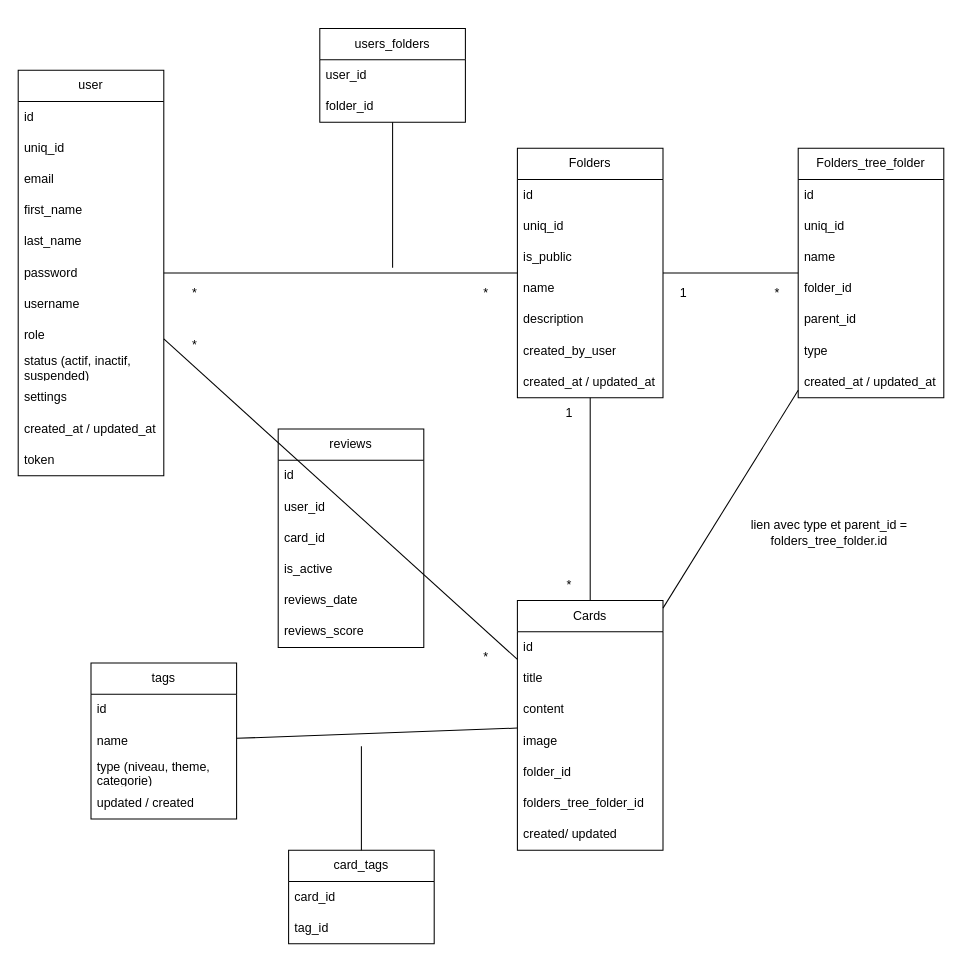
Above: ModeleConception.drawio in ElianThe/FastLearning (draw.io), before the change. Source tidied: cells renumbered, new cells numbered last; positions are measured from the earlier drawing's top-left corner, leaving out a move shared by most shapes. Both pictures are drawn from the tidied source at 104%, with x=0, y=0 at pixel (18, 28).
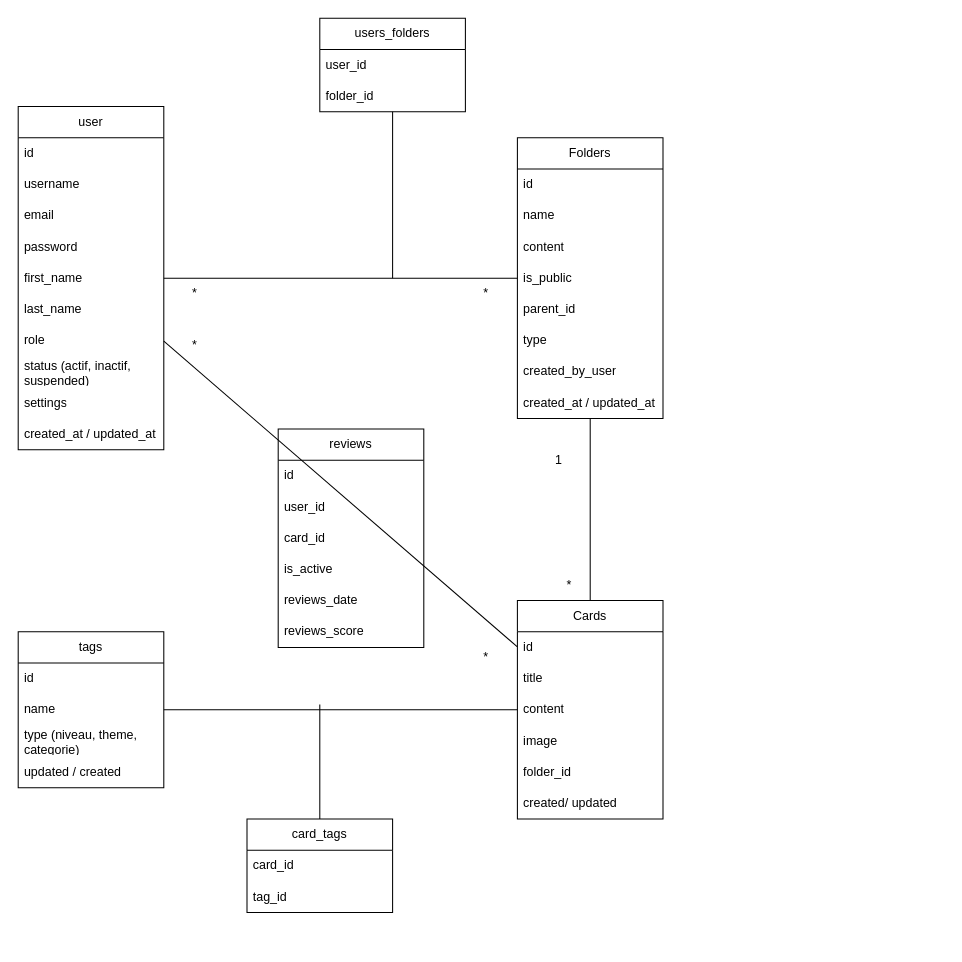
The same page after the edit.

Commit message:
Mettre à jour ModeleConception.drawio

Change to the diagram source:
```diff
@@
     <mxCell id="2" value="Cards" style="swimlane;fontStyle=0;horizontal=1;startSize=30;whiteSpace=wrap;html=1;" parent="1" vertex="1">
-      <mxGeometry x="480" y="550" width="140" height="240" as="geometry" />
+      <mxGeometry x="480" y="550" width="140" height="210" as="geometry" />
     </mxCell>
@@
-    <mxCell id="8" value="folders_tree_folder_id" style="text;strokeColor=none;fillColor=none;align=left;verticalAlign=middle;spacingLeft=4;spacingRight=4;overflow=hidden;whiteSpace=wrap;html=1;" parent="2" vertex="1">
-      <mxGeometry y="180" width="140" height="30" as="geometry" />
-    </mxCell>
     <mxCell id="9" value="created/ updated" style="text;strokeColor=none;fillColor=none;align=left;verticalAlign=middle;spacingLeft=4;spacingRight=4;overflow=hidden;whiteSpace=wrap;html=1;" parent="2" vertex="1">
-      <mxGeometry y="210" width="140" height="30" as="geometry" />
+      <mxGeometry y="180" width="140" height="30" as="geometry" />
     </mxCell>
     <mxCell id="10" value="Folders" style="swimlane;fontStyle=0;horizontal=1;startSize=30;whiteSpace=wrap;html=1;" parent="1" vertex="1">
-      <mxGeometry x="480" y="115" width="140" height="240" as="geometry" />
+      <mxGeometry x="480" y="105" width="140" height="270" as="geometry" />
     </mxCell>
@@
+    <mxCell id="14" value="name" style="text;strokeColor=none;fillColor=none;align=left;verticalAlign=middle;spacingLeft=4;spacingRight=4;overflow=hidden;whiteSpace=wrap;html=1;" parent="10" vertex="1">
+      <mxGeometry y="60" width="140" height="30" as="geometry" />
+    </mxCell>
-    <mxCell id="12" value="uniq_id" style="text;strokeColor=none;fillColor=none;align=left;verticalAlign=middle;spacingLeft=4;spacingRight=4;overflow=hidden;whiteSpace=wrap;html=1;" parent="10" vertex="1">
-      <mxGeometry y="60" width="140" height="30" as="geometry" />
+    <mxCell id="12" value="content" style="text;strokeColor=none;fillColor=none;align=left;verticalAlign=middle;spacingLeft=4;spacingRight=4;overflow=hidden;whiteSpace=wrap;html=1;" parent="10" vertex="1">
+      <mxGeometry y="90" width="140" height="30" as="geometry" />
     </mxCell>
     <mxCell id="13" value="is_public" style="text;strokeColor=none;fillColor=none;align=left;verticalAlign=middle;spacingLeft=4;spacingRight=4;overflow=hidden;whiteSpace=wrap;html=1;" parent="10" vertex="1">
-      <mxGeometry y="90" width="140" height="30" as="geometry" />
+      <mxGeometry y="120" width="140" height="30" as="geometry" />
     </mxCell>
-    <mxCell id="14" value="name" style="text;strokeColor=none;fillColor=none;align=left;verticalAlign=middle;spacingLeft=4;spacingRight=4;overflow=hidden;whiteSpace=wrap;html=1;" parent="10" vertex="1">
-      <mxGeometry y="120" width="140" height="30" as="geometry" />
-    </mxCell>
-    <mxCell id="15" value="description" style="text;strokeColor=none;fillColor=none;align=left;verticalAlign=middle;spacingLeft=4;spacingRight=4;overflow=hidden;whiteSpace=wrap;html=1;" parent="10" vertex="1">
-      <mxGeometry y="150" width="140" height="30" as="geometry" />
-    </mxCell>
+    <mxCell id="54" value="parent_id" style="text;strokeColor=none;fillColor=none;align=left;verticalAlign=middle;spacingLeft=4;spacingRight=4;overflow=hidden;whiteSpace=wrap;html=1;" parent="10" vertex="1">
+      <mxGeometry y="150" width="140" height="30" as="geometry" />
+    </mxCell>
+    <mxCell id="55" value="type" style="text;strokeColor=none;fillColor=none;align=left;verticalAlign=middle;spacingLeft=4;spacingRight=4;overflow=hidden;whiteSpace=wrap;html=1;" parent="10" vertex="1">
+      <mxGeometry y="180" width="140" height="30" as="geometry" />
+    </mxCell>
     <mxCell id="16" value="created_by_user" style="text;strokeColor=none;fillColor=none;align=left;verticalAlign=middle;spacingLeft=4;spacingRight=4;overflow=hidden;whiteSpace=wrap;html=1;" parent="10" vertex="1">
-      <mxGeometry y="180" width="140" height="30" as="geometry" />
+      <mxGeometry y="210" width="140" height="30" as="geometry" />
     </mxCell>
     <mxCell id="17" value="created_at / updated_at" style="text;strokeColor=none;fillColor=none;align=left;verticalAlign=middle;spacingLeft=4;spacingRight=4;overflow=hidden;whiteSpace=wrap;html=1;" parent="10" vertex="1">
-      <mxGeometry y="210" width="140" height="30" as="geometry" />
+      <mxGeometry y="240" width="140" height="30" as="geometry" />
     </mxCell>
@@
     <mxCell id="19" value="user" style="swimlane;fontStyle=0;horizontal=1;startSize=30;whiteSpace=wrap;html=1;" parent="1" vertex="1">
-      <mxGeometry y="40" width="140" height="390" as="geometry" />
+      <mxGeometry y="75" width="140" height="330" as="geometry" />
     </mxCell>
@@
-    <mxCell id="21" value="uniq_id" style="text;strokeColor=none;fillColor=none;align=left;verticalAlign=middle;spacingLeft=4;spacingRight=4;overflow=hidden;whiteSpace=wrap;html=1;" parent="19" vertex="1">
-      <mxGeometry y="60" width="140" height="30" as="geometry" />
-    </mxCell>
+    <mxCell id="26" value="username" style="text;strokeColor=none;fillColor=none;align=left;verticalAlign=middle;spacingLeft=4;spacingRight=4;overflow=hidden;whiteSpace=wrap;html=1;" parent="19" vertex="1">
+      <mxGeometry y="60" width="140" height="30" as="geometry" />
+    </mxCell>
@@
+    <mxCell id="25" value="password" style="text;strokeColor=none;fillColor=none;align=left;verticalAlign=middle;spacingLeft=4;spacingRight=4;overflow=hidden;whiteSpace=wrap;html=1;" parent="19" vertex="1">
+      <mxGeometry y="120" width="140" height="30" as="geometry" />
+    </mxCell>
     <mxCell id="23" value="first_name" style="text;strokeColor=none;fillColor=none;align=left;verticalAlign=middle;spacingLeft=4;spacingRight=4;overflow=hidden;whiteSpace=wrap;html=1;" parent="19" vertex="1">
-      <mxGeometry y="120" width="140" height="30" as="geometry" />
+      <mxGeometry y="150" width="140" height="30" as="geometry" />
     </mxCell>
     <mxCell id="24" value="last_name" style="text;strokeColor=none;fillColor=none;align=left;verticalAlign=middle;spacingLeft=4;spacingRight=4;overflow=hidden;whiteSpace=wrap;html=1;" parent="19" vertex="1">
-      <mxGeometry y="150" width="140" height="30" as="geometry" />
+      <mxGeometry y="180" width="140" height="30" as="geometry" />
     </mxCell>
-    <mxCell id="25" value="password" style="text;strokeColor=none;fillColor=none;align=left;verticalAlign=middle;spacingLeft=4;spacingRight=4;overflow=hidden;whiteSpace=wrap;html=1;" parent="19" vertex="1">
-      <mxGeometry y="180" width="140" height="30" as="geometry" />
-    </mxCell>
-    <mxCell id="26" value="username" style="text;strokeColor=none;fillColor=none;align=left;verticalAlign=middle;spacingLeft=4;spacingRight=4;overflow=hidden;whiteSpace=wrap;html=1;" parent="19" vertex="1">
-      <mxGeometry y="210" width="140" height="30" as="geometry" />
-    </mxCell>
     <mxCell id="27" value="role" style="text;strokeColor=none;fillColor=none;align=left;verticalAlign=middle;spacingLeft=4;spacingRight=4;overflow=hidden;whiteSpace=wrap;html=1;" parent="19" vertex="1">
-      <mxGeometry y="240" width="140" height="30" as="geometry" />
+      <mxGeometry y="210" width="140" height="30" as="geometry" />
     </mxCell>
     <mxCell id="28" value="status (actif, inactif, suspended)" style="text;strokeColor=none;fillColor=none;align=left;verticalAlign=middle;spacingLeft=4;spacingRight=4;overflow=hidden;whiteSpace=wrap;html=1;" parent="19" vertex="1">
-      <mxGeometry y="270" width="140" height="30" as="geometry" />
+      <mxGeometry y="240" width="140" height="30" as="geometry" />
     </mxCell>
     <mxCell id="29" value="settings" style="text;strokeColor=none;fillColor=none;align=left;verticalAlign=middle;spacingLeft=4;spacingRight=4;overflow=hidden;whiteSpace=wrap;html=1;" parent="19" vertex="1">
-      <mxGeometry y="300" width="140" height="30" as="geometry" />
+      <mxGeometry y="270" width="140" height="30" as="geometry" />
     </mxCell>
     <mxCell id="30" value="created_at / updated_at" style="text;strokeColor=none;fillColor=none;align=left;verticalAlign=middle;spacingLeft=4;spacingRight=4;overflow=hidden;whiteSpace=wrap;html=1;" parent="19" vertex="1">
-      <mxGeometry y="330" width="140" height="30" as="geometry" />
+      <mxGeometry y="300" width="140" height="30" as="geometry" />
     </mxCell>
-    <mxCell id="31" value="token" style="text;strokeColor=none;fillColor=none;align=left;verticalAlign=middle;spacingLeft=4;spacingRight=4;overflow=hidden;whiteSpace=wrap;html=1;" parent="19" vertex="1">
-      <mxGeometry y="360" width="140" height="30" as="geometry" />
-    </mxCell>
@@
     <mxCell id="41" value="tags" style="swimlane;fontStyle=0;horizontal=1;startSize=30;whiteSpace=wrap;html=1;" parent="1" vertex="1">
-      <mxGeometry x="70" y="610" width="140" height="150" as="geometry" />
+      <mxGeometry y="580" width="140" height="150" as="geometry" />
     </mxCell>
@@
     <mxCell id="46" value="card_tags" style="swimlane;fontStyle=0;horizontal=1;startSize=30;whiteSpace=wrap;html=1;" parent="1" vertex="1">
-      <mxGeometry x="260" y="790" width="140" height="90" as="geometry" />
+      <mxGeometry x="220" y="760" width="140" height="90" as="geometry" />
     </mxCell>
@@
-    <mxCell id="49" value="Folders_tree_folder" style="swimlane;fontStyle=0;horizontal=1;startSize=30;whiteSpace=wrap;html=1;" parent="1" vertex="1">
-      <mxGeometry x="750" y="115" width="140" height="240" as="geometry" />
-    </mxCell>
-    <mxCell id="50" value="id" style="text;strokeColor=none;fillColor=none;align=left;verticalAlign=middle;spacingLeft=4;spacingRight=4;overflow=hidden;whiteSpace=wrap;html=1;" parent="49" vertex="1">
-      <mxGeometry y="30" width="140" height="30" as="geometry" />
-    </mxCell>
-    <mxCell id="51" value="uniq_id" style="text;strokeColor=none;fillColor=none;align=left;verticalAlign=middle;spacingLeft=4;spacingRight=4;overflow=hidden;whiteSpace=wrap;html=1;" parent="49" vertex="1">
-      <mxGeometry y="60" width="140" height="30" as="geometry" />
-    </mxCell>
-    <mxCell id="52" value="name" style="text;strokeColor=none;fillColor=none;align=left;verticalAlign=middle;spacingLeft=4;spacingRight=4;overflow=hidden;whiteSpace=wrap;html=1;" parent="49" vertex="1">
-      <mxGeometry y="90" width="140" height="30" as="geometry" />
-    </mxCell>
-    <mxCell id="53" value="folder_id" style="text;strokeColor=none;fillColor=none;align=left;verticalAlign=middle;spacingLeft=4;spacingRight=4;overflow=hidden;whiteSpace=wrap;html=1;" parent="49" vertex="1">
-      <mxGeometry y="120" width="140" height="30" as="geometry" />
-    </mxCell>
-    <mxCell id="54" value="parent_id" style="text;strokeColor=none;fillColor=none;align=left;verticalAlign=middle;spacingLeft=4;spacingRight=4;overflow=hidden;whiteSpace=wrap;html=1;" parent="49" vertex="1">
-      <mxGeometry y="150" width="140" height="30" as="geometry" />
-    </mxCell>
-    <mxCell id="55" value="type" style="text;strokeColor=none;fillColor=none;align=left;verticalAlign=middle;spacingLeft=4;spacingRight=4;overflow=hidden;whiteSpace=wrap;html=1;" parent="49" vertex="1">
-      <mxGeometry y="180" width="140" height="30" as="geometry" />
-    </mxCell>
-    <mxCell id="56" value="created_at / updated_at" style="text;strokeColor=none;fillColor=none;align=left;verticalAlign=middle;spacingLeft=4;spacingRight=4;overflow=hidden;whiteSpace=wrap;html=1;" parent="49" vertex="1">
-      <mxGeometry y="210" width="140" height="30" as="geometry" />
-    </mxCell>
     <mxCell id="57" value="users_folders" style="swimlane;fontStyle=0;horizontal=1;startSize=30;whiteSpace=wrap;html=1;" parent="1" vertex="1">
-      <mxGeometry x="290" width="140" height="90" as="geometry" />
+      <mxGeometry x="290" y="-10" width="140" height="90" as="geometry" />
     </mxCell>
@@
     <mxCell id="60" style="endArrow=none;html=1;rounded=0;" parent="1" edge="1" target="57">
       <mxGeometry relative="1" as="geometry">
-        <mxPoint x="360" y="230" as="sourcePoint" />
+        <mxPoint x="360" y="240" as="sourcePoint" />
       </mxGeometry>
     </mxCell>
@@
     <mxCell id="62" style="endArrow=none;html=1;rounded=0;" parent="1" edge="1" target="46">
       <mxGeometry relative="1" as="geometry">
-        <mxPoint x="330" y="690" as="sourcePoint" />
+        <mxPoint x="290" y="650" as="sourcePoint" />
       </mxGeometry>
     </mxCell>
@@
-    <mxCell id="64" style="endArrow=none;html=1;rounded=0;" parent="1" edge="1" source="10" target="49">
-      <mxGeometry relative="1" as="geometry" />
-    </mxCell>
-    <mxCell id="65" value="*" style="text;html=1;strokeColor=none;fillColor=none;align=center;verticalAlign=middle;whiteSpace=wrap;rounded=0;" parent="1" vertex="1">
-      <mxGeometry x="710" y="240" width="40" height="30" as="geometry" />
-    </mxCell>
-    <mxCell id="66" value="1" style="text;html=1;strokeColor=none;fillColor=none;align=center;verticalAlign=middle;whiteSpace=wrap;rounded=0;" parent="1" vertex="1">
-      <mxGeometry x="620" y="240" width="40" height="30" as="geometry" />
-    </mxCell>
     <mxCell id="67" value="1" style="text;html=1;strokeColor=none;fillColor=none;align=center;verticalAlign=middle;whiteSpace=wrap;rounded=0;" parent="1" vertex="1">
-      <mxGeometry x="510" y="355" width="40" height="30" as="geometry" />
+      <mxGeometry x="500" y="400" width="40" height="30" as="geometry" />
     </mxCell>
@@
-    <mxCell id="72" style="endArrow=none;html=1;rounded=0;" parent="1" edge="1" source="2" target="49">
-      <mxGeometry relative="1" as="geometry" />
-    </mxCell>
-    <mxCell id="73" value="lien avec type et parent_id = folders_tree_folder.id" style="text;html=1;align=center;verticalAlign=middle;whiteSpace=wrap;rounded=0;" parent="1" vertex="1">
-      <mxGeometry x="680" y="470" width="200" height="30" as="geometry" />
-    </mxCell>
```
